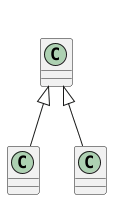
This is src/_04-classes/07-inheritance-basics/diagrams/topic_07.png from tborzyszkowski/python-programming, a PlantUML export, as it was before one commit. The source it was exported from:
```plantuml
@startuml
skinparam classAttributeIconSize 0
        title 07 - Dziedziczenie w OOP i w Pythonie
        class Vehicle
class Bike
class Car
Vehicle <|-- Bike
Vehicle <|-- Car
@enduml
```
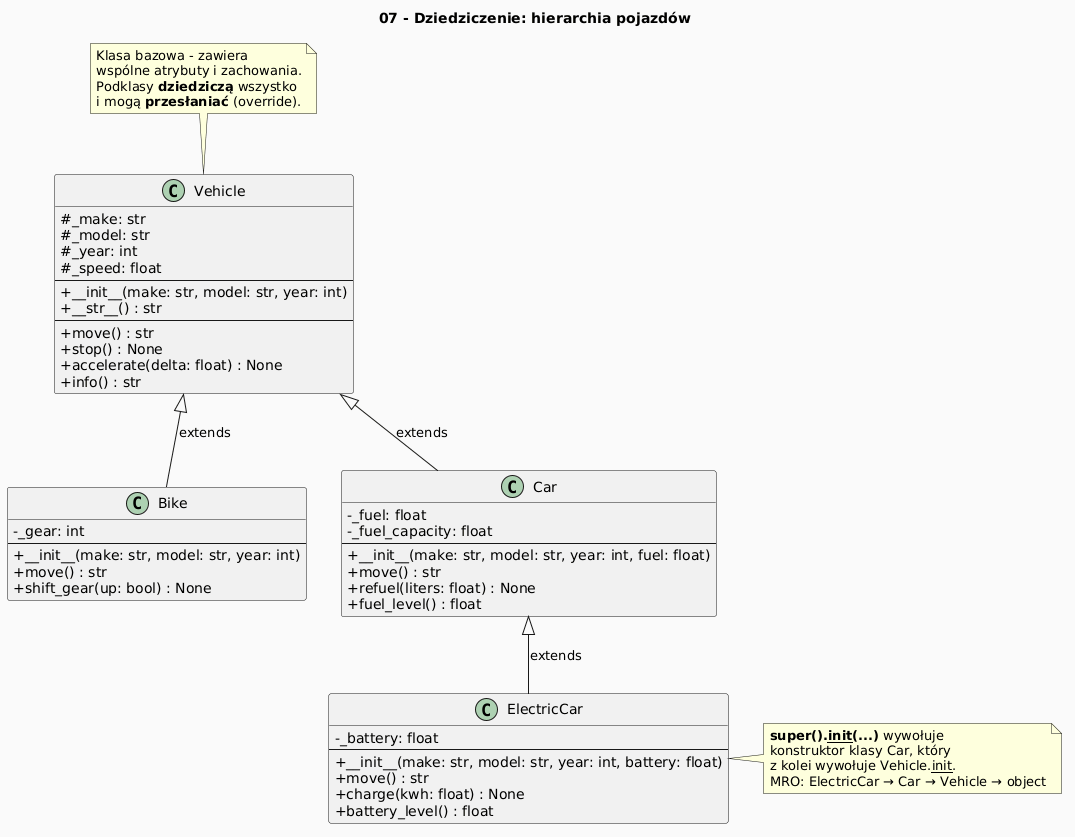
After the change.

Diff of the diagram source:
```diff
@@ -1,9 +1,65 @@
 @startuml
 skinparam classAttributeIconSize 0
-        title 07 - Dziedziczenie w OOP i w Pythonie
-        class Vehicle
-class Bike
-class Car
-Vehicle <|-- Bike
-Vehicle <|-- Car
+skinparam backgroundColor #FAFAFA
+title 07 - Dziedziczenie: hierarchia pojazdów
+
+class Vehicle {
+  # _make: str
+  # _model: str
+  # _year: int
+  # _speed: float
+  --
+  + __init__(make: str, model: str, year: int)
+  + __str__() : str
+  --
+  + move() : str
+  + stop() : None
+  + accelerate(delta: float) : None
+  + info() : str
+}
+
+note top of Vehicle
+  Klasa bazowa - zawiera
+  wspólne atrybuty i zachowania.
+  Podklasy **dziedziczą** wszystko
+  i mogą **przesłaniać** (override).
+end note
+
+class Bike {
+  - _gear: int
+  --
+  + __init__(make: str, model: str, year: int)
+  + move() : str
+  + shift_gear(up: bool) : None
+}
+
+class Car {
+  - _fuel: float
+  - _fuel_capacity: float
+  --
+  + __init__(make: str, model: str, year: int, fuel: float)
+  + move() : str
+  + refuel(liters: float) : None
+  + fuel_level() : float
+}
+
+class ElectricCar {
+  - _battery: float
+  --
+  + __init__(make: str, model: str, year: int, battery: float)
+  + move() : str
+  + charge(kwh: float) : None
+  + battery_level() : float
+}
+
+Vehicle <|-- Bike  : extends
+Vehicle <|-- Car   : extends
+Car     <|-- ElectricCar : extends
+
+note right of ElectricCar
+  **super().__init__(...)** wywołuje
+  konstruktor klasy Car, który
+  z kolei wywołuje Vehicle.__init__.
+  MRO: ElectricCar → Car → Vehicle → object
+end note
 @enduml
```
